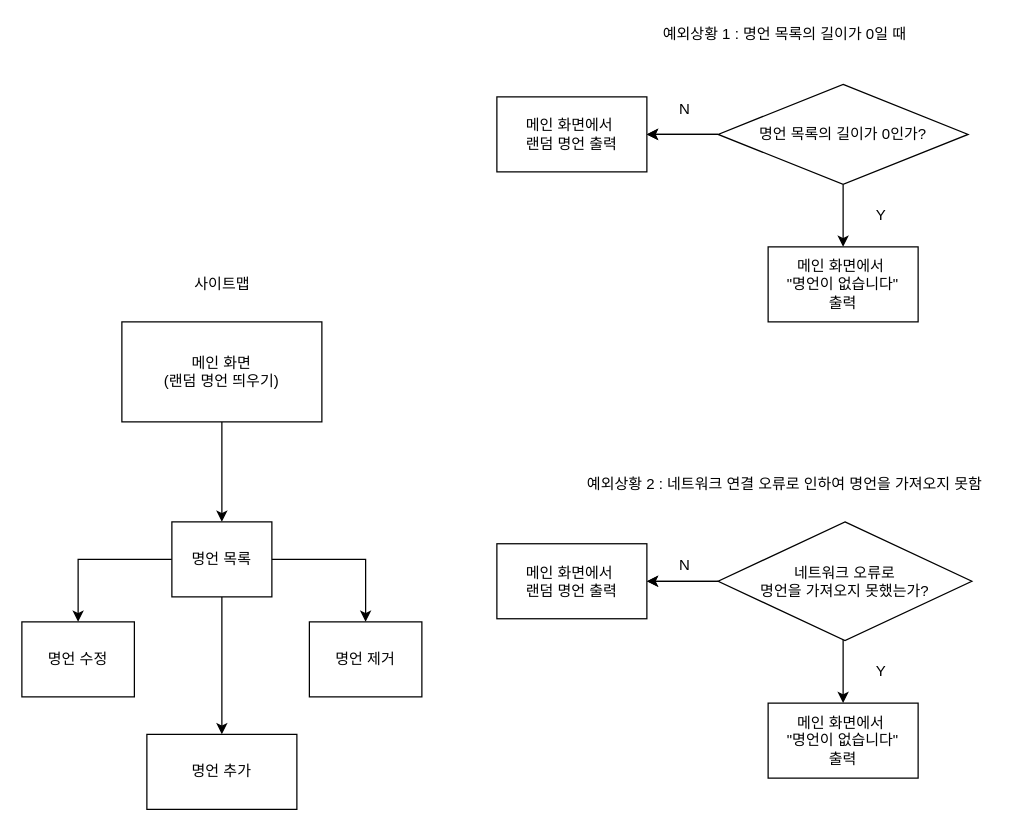
Above: randomfssite/flow.drawio in jyc-coder/randomFSsite (draw.io), before the change. Source tidied: cells renumbered, new cells numbered last; positions are measured from the earlier drawing's top-left corner, leaving out a move shared by most shapes. Both pictures are drawn from the tidied source at 125%, with x=0, y=0 at pixel (21, 21).
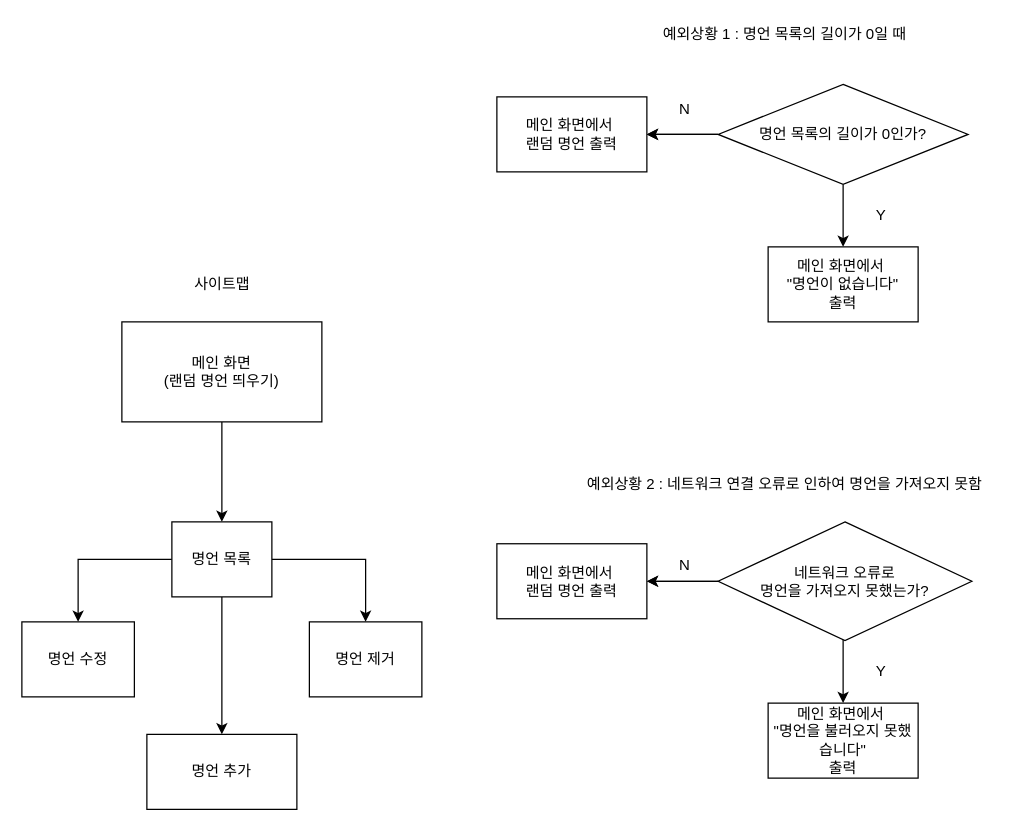
Above is the later version.

Diff of the diagram source:
```diff
@@
-    <mxCell id="27" value="메인 화면에서&amp;nbsp;&lt;br&gt;&quot;명언이 없습니다&quot;&lt;br&gt;출력" style="rounded=0;whiteSpace=wrap;html=1;" parent="1" vertex="1">
+    <mxCell id="27" value="메인 화면에서&amp;nbsp;&lt;br&gt;&quot;명언을 불러오지 못했습니다&quot;&lt;br&gt;출력" style="rounded=0;whiteSpace=wrap;html=1;" parent="1" vertex="1">
       <mxGeometry x="597" y="545" width="120" height="60" as="geometry" />
     </mxCell>
```
